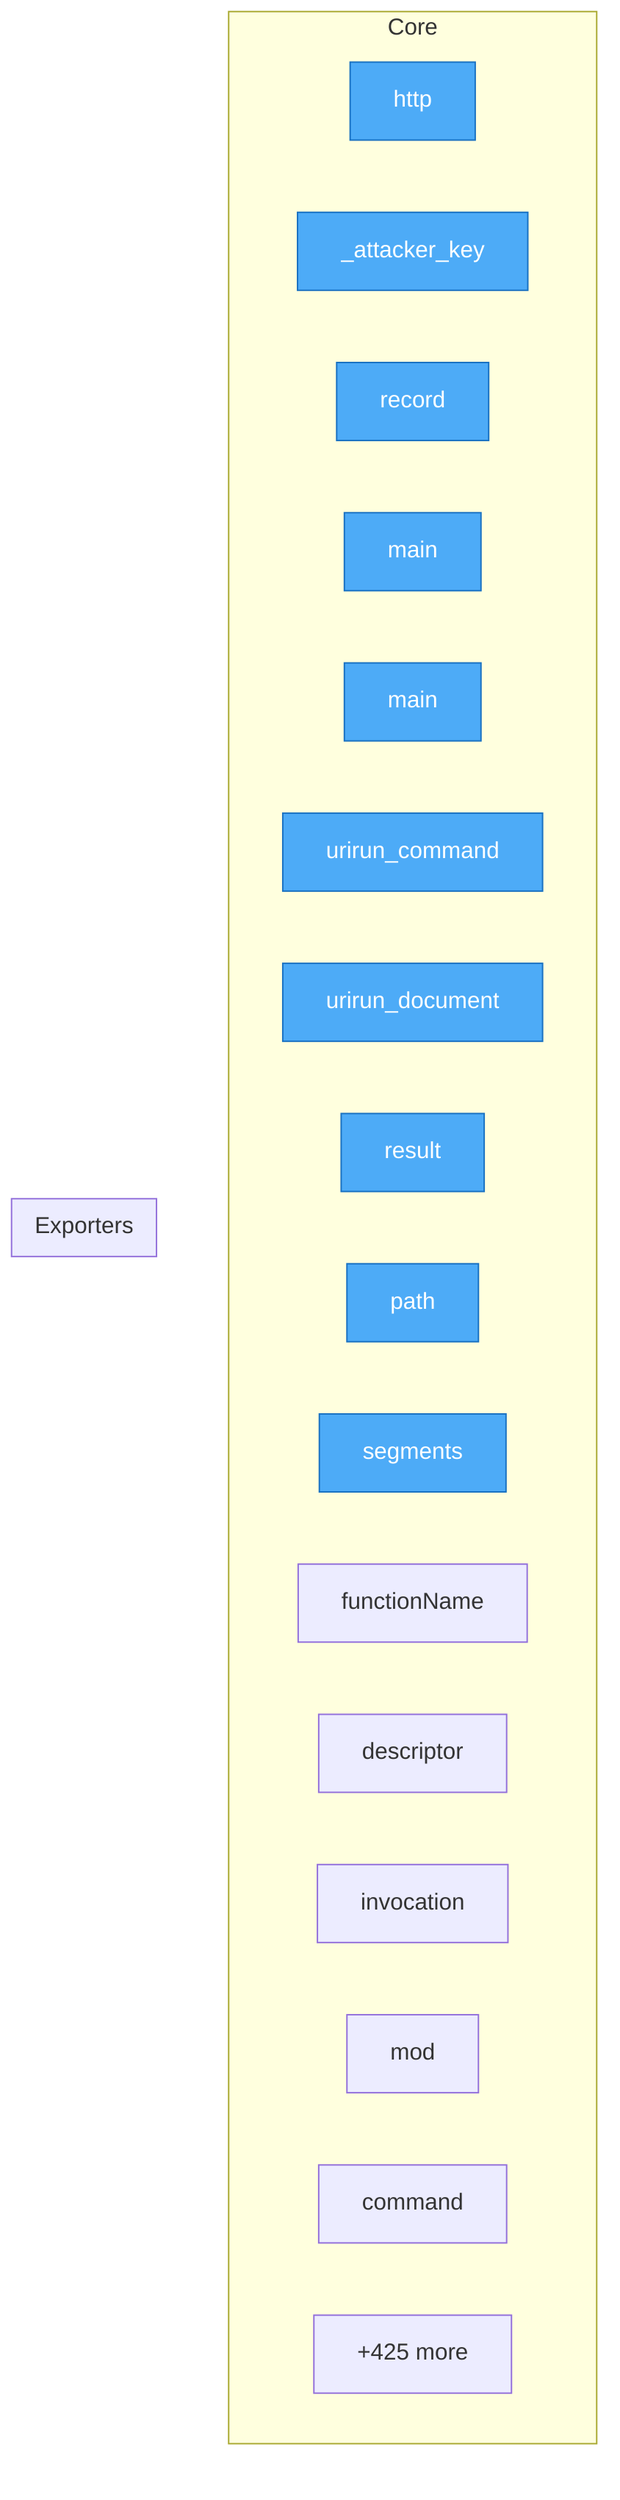
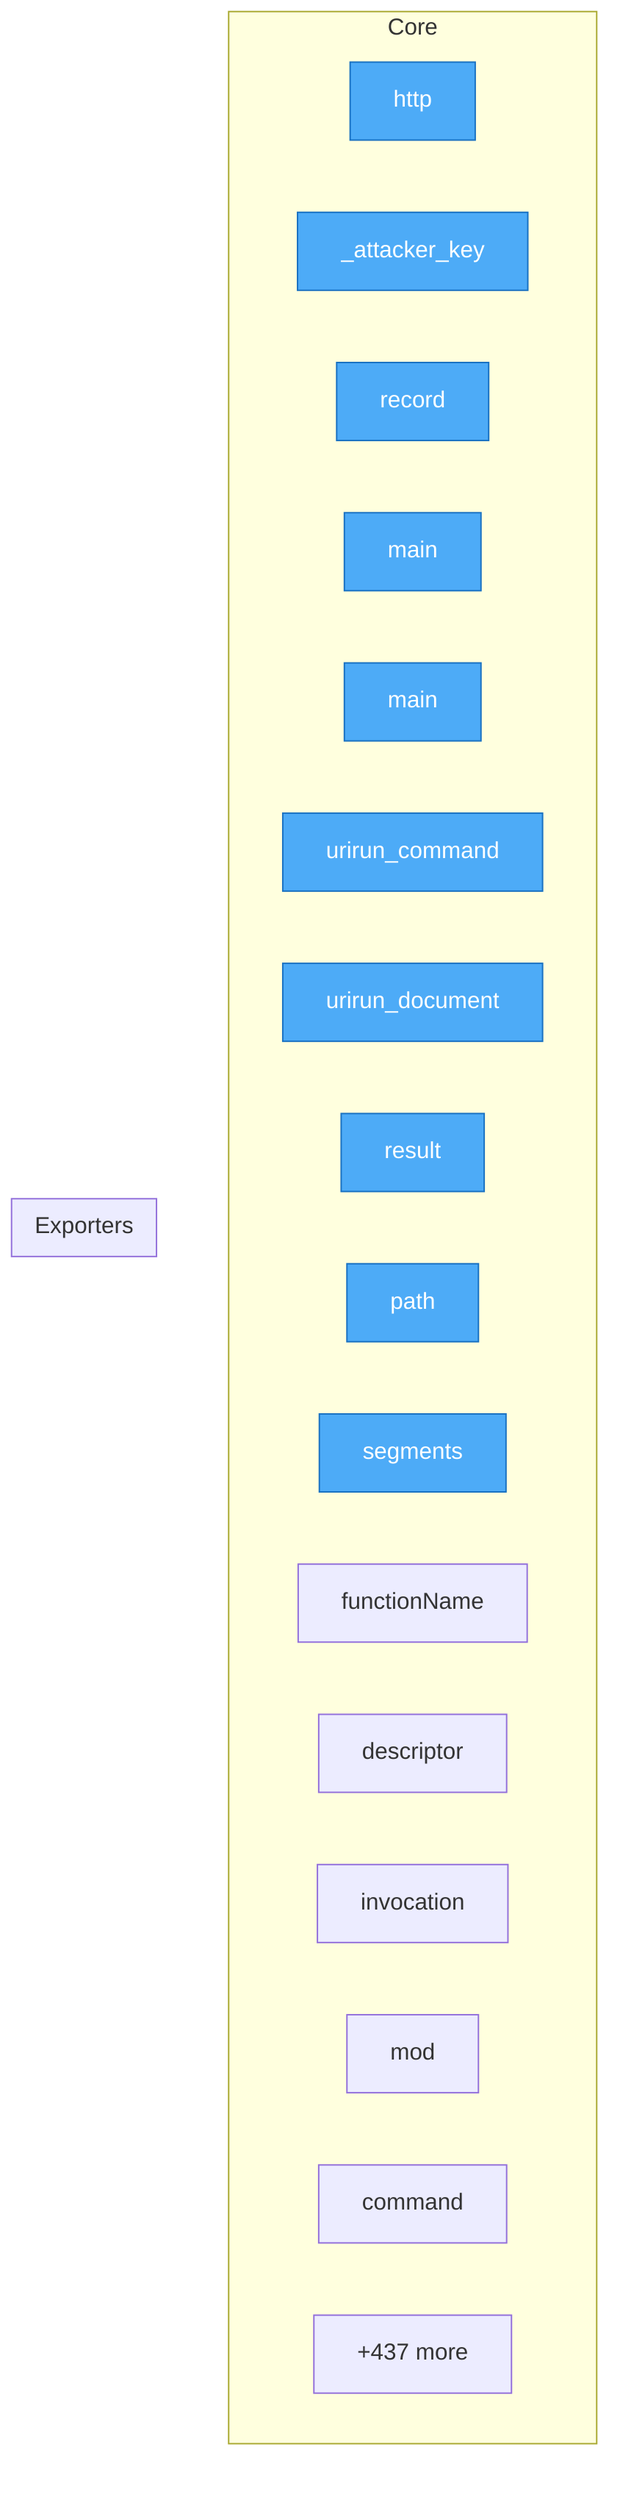
flowchart TD
%% generated in 0.02s

    %% Entry points (blue)
    classDef entry fill:#4dabf7,stroke:#1971c2,color:#fff

    subgraph Core
        security__mesh_probe__probe__http["http"]
        security__mesh_probe__probe___attacker_key["_attacker_key"]
        security__mesh_probe__probe__record["record"]
        adapters__conformance__main["main"]
        adapters__new_connector__main["main"]
        adapters__bash__urirun__urirun_command["urirun_command"]
        adapters__bash__urirun__urirun_document["urirun_document"]
        adapters__js__index__test__result["result"]
        adapters__js__path["path"]
        adapters__js__segments["segments"]
        adapters__js__functionName["functionName"]
        adapters__js__descriptor["descriptor"]
        adapters__js__invocation["invocation"]
        adapters__js__mod["mod"]
        adapters__java__Urirun__Urirun__command["command"]
-         ...["+425 more"]
+         ...["+437 more"]
    end

    subgraph Exporters
    end

    class security__mesh_probe__probe__http,security__mesh_probe__probe___attacker_key,security__mesh_probe__probe__record,adapters__conformance__main,adapters__new_connector__main,adapters__bash__urirun__urirun_command,adapters__bash__urirun__urirun_document,adapters__js__index__test__result,adapters__js__path,adapters__js__segments entry
